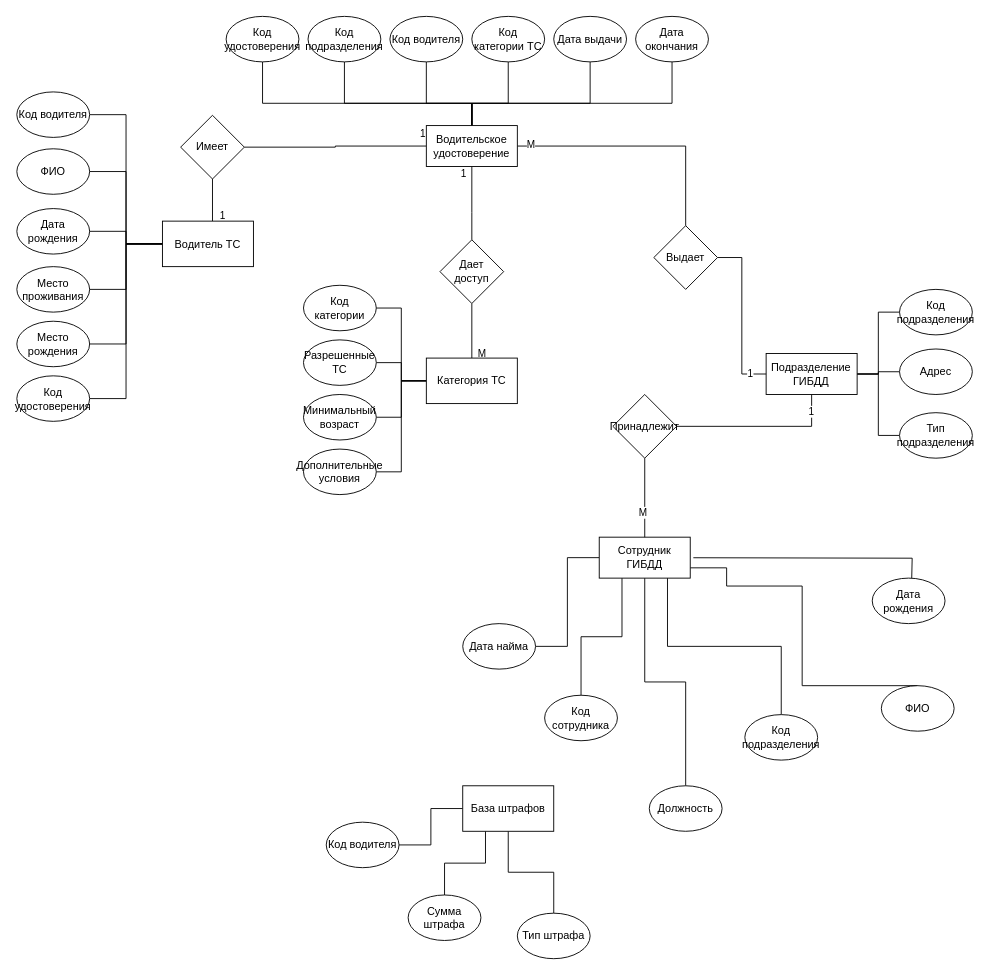
Before: RelateModel.drawio in duahifnv/TrafficInspectionApp, a draw.io diagram. Source tidied: cells renumbered, new cells numbered last; positions are measured from the earlier drawing's top-left corner, leaving out a move shared by most shapes. Both pictures are drawn from the tidied source at 91%, with x=0, y=0 at pixel (16, 15).
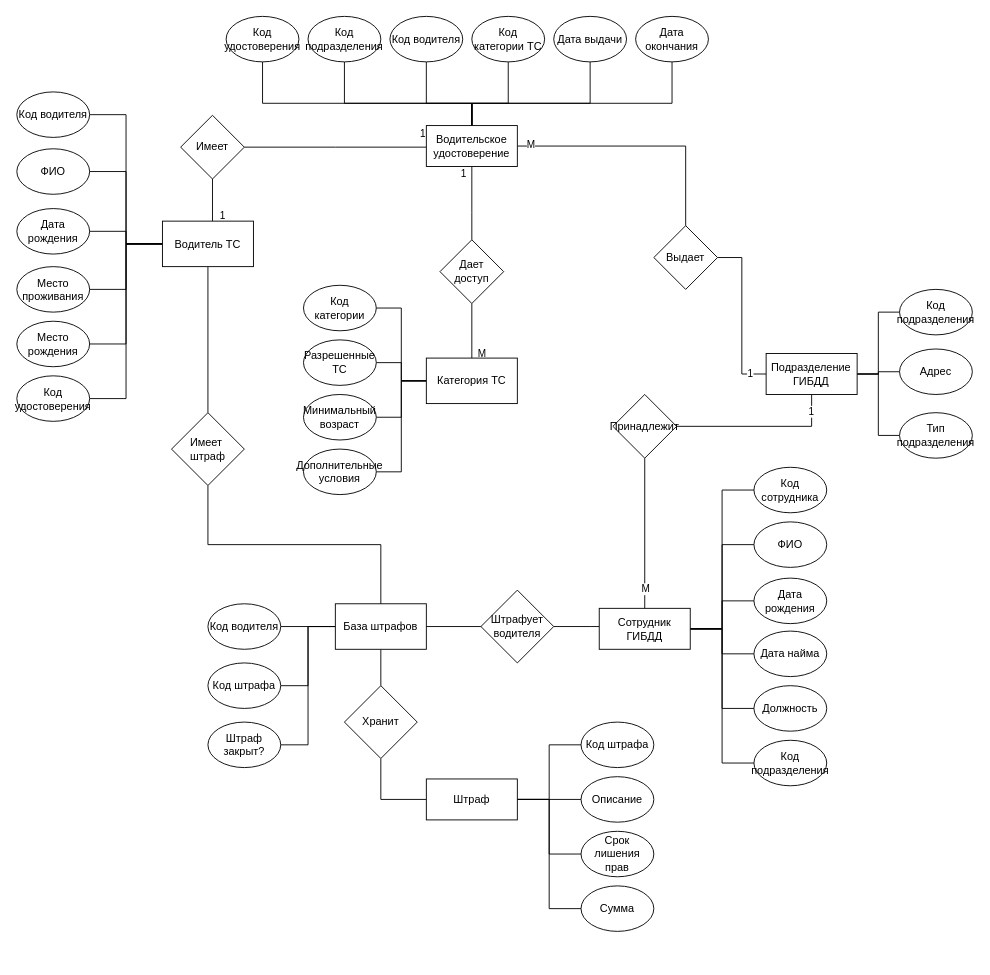
Above is the later version.

Unchanged cells that the change refers to:
```xml
<mxCell id="14" value="Водительское удостоверение" style="rounded=0;whiteSpace=wrap;html=1;" parent="1" vertex="1">
  <mxGeometry x="450" y="120.5" width="100" height="45" as="geometry" />
</mxCell>
<mxCell id="29" value="Водитель ТС" style="rounded=0;whiteSpace=wrap;html=1;" parent="1" vertex="1">
  <mxGeometry x="160" y="225.5" width="100" height="50" as="geometry" />
</mxCell>
<mxCell id="31" value="Имеет" style="rhombus;whiteSpace=wrap;html=1;" parent="1" vertex="1">
  <mxGeometry x="180" y="109.2" width="70" height="70" as="geometry" />
</mxCell>
<mxCell id="66" style="edgeStyle=orthogonalEdgeStyle;rounded=0;jettySize=auto;html=1;entryX=0.5;entryY=0;entryDx=0;entryDy=0;endArrow=none;endFill=0;" parent="1" edge="1" source="68" target="65">
  <mxGeometry relative="1" as="geometry" />
</mxCell>
```

What changed in the source:
```diff
@@
     <mxCell id="4" style="edgeStyle=orthogonalEdgeStyle;rounded=0;jettySize=auto;html=1;entryX=1;entryY=0.5;entryDx=0;entryDy=0;endArrow=none;endFill=0;" parent="1" edge="1" source="14" target="31">
-      <mxGeometry relative="1" as="geometry" />
+      <mxGeometry relative="1" as="geometry">
+        <Array as="points">
+          <mxPoint x="350" y="144" />
+        </Array>
+      </mxGeometry>
     </mxCell>
@@
+    <mxCell id="84" style="edgeStyle=orthogonalEdgeStyle;rounded=0;jettySize=auto;html=1;endArrow=none;endFill=0;" parent="1" edge="1" source="29" target="100">
+      <mxGeometry relative="1" as="geometry" />
+    </mxCell>
@@
+    <mxCell id="64" style="edgeStyle=orthogonalEdgeStyle;rounded=0;jettySize=auto;html=1;entryX=0;entryY=0.5;entryDx=0;entryDy=0;endArrow=none;endFill=0;" parent="1" edge="1" source="65" target="76">
+      <mxGeometry relative="1" as="geometry" />
+    </mxCell>
-    <mxCell id="59" style="edgeStyle=orthogonalEdgeStyle;rounded=0;jettySize=auto;html=1;entryX=0.5;entryY=0;entryDx=0;entryDy=0;endArrow=none;endFill=0;" parent="1" edge="1" source="65" target="69">
-      <mxGeometry relative="1" as="geometry">
-        <Array as="points">
-          <mxPoint x="780" y="606.5" />
-          <mxPoint x="780" y="626.5" />
-          <mxPoint x="863" y="626.5" />
-        </Array>
-      </mxGeometry>
+    <mxCell id="59" style="edgeStyle=orthogonalEdgeStyle;rounded=0;jettySize=auto;html=1;entryX=0;entryY=0.5;entryDx=0;entryDy=0;endArrow=none;endFill=0;" parent="1" edge="1" source="65" target="69">
+      <mxGeometry relative="1" as="geometry" />
     </mxCell>
+    <mxCell id="85" style="edgeStyle=orthogonalEdgeStyle;rounded=0;jettySize=auto;html=1;entryX=0;entryY=0.5;entryDx=0;entryDy=0;endArrow=none;endFill=0;" parent="1" edge="1" source="65" target="73">
+      <mxGeometry relative="1" as="geometry" />
+    </mxCell>
+    <mxCell id="61" style="edgeStyle=orthogonalEdgeStyle;rounded=0;jettySize=auto;html=1;entryX=0;entryY=0.5;entryDx=0;entryDy=0;endArrow=none;endFill=0;" parent="1" edge="1" source="65" target="71">
+      <mxGeometry relative="1" as="geometry" />
+    </mxCell>
-    <mxCell id="60" style="edgeStyle=orthogonalEdgeStyle;rounded=0;jettySize=auto;html=1;entryX=0.5;entryY=0;entryDx=0;entryDy=0;endArrow=none;endFill=0;" parent="1" edge="1" source="65" target="70">
+    <mxCell id="60" style="edgeStyle=orthogonalEdgeStyle;rounded=0;jettySize=auto;html=1;entryX=0;entryY=0.5;entryDx=0;entryDy=0;endArrow=none;endFill=0;" parent="1" edge="1" source="65" target="70">
       <mxGeometry relative="1" as="geometry" />
     </mxCell>
-    <mxCell id="61" style="edgeStyle=orthogonalEdgeStyle;rounded=0;jettySize=auto;html=1;entryX=1;entryY=0.5;entryDx=0;entryDy=0;endArrow=none;endFill=0;" parent="1" edge="1" source="65" target="71">
-      <mxGeometry relative="1" as="geometry" />
-    </mxCell>
-    <mxCell id="62" style="edgeStyle=orthogonalEdgeStyle;rounded=0;jettySize=auto;html=1;exitX=0.75;exitY=1;exitDx=0;exitDy=0;entryX=0.5;entryY=0;entryDx=0;entryDy=0;endArrow=none;endFill=0;" parent="1" edge="1" source="65" target="72">
+    <mxCell id="62" style="edgeStyle=orthogonalEdgeStyle;rounded=0;jettySize=auto;html=1;entryX=0;entryY=0.5;entryDx=0;entryDy=0;endArrow=none;endFill=0;" parent="1" edge="1" source="65" target="72">
       <mxGeometry relative="1" as="geometry" />
     </mxCell>
-    <mxCell id="63" style="edgeStyle=orthogonalEdgeStyle;rounded=0;orthogonalLoop=1;jettySize=auto;html=1;entryX=0.5;entryY=0;entryDx=0;entryDy=0;endArrow=none;endFill=0;" parent="1" edge="1">
-      <mxGeometry relative="1" as="geometry">
-        <mxPoint x="743.4" y="595.4" as="sourcePoint" />
-        <mxPoint x="983.4" y="617.8" as="targetPoint" />
-      </mxGeometry>
-    </mxCell>
-    <mxCell id="64" style="edgeStyle=orthogonalEdgeStyle;rounded=0;jettySize=auto;html=1;exitX=0.25;exitY=1;exitDx=0;exitDy=0;entryX=0.5;entryY=0;entryDx=0;entryDy=0;endArrow=none;endFill=0;" parent="1" edge="1" source="65" target="76">
-      <mxGeometry relative="1" as="geometry" />
-    </mxCell>
+    <mxCell id="86" style="edgeStyle=orthogonalEdgeStyle;rounded=0;jettySize=auto;html=1;entryX=1;entryY=0.5;entryDx=0;entryDy=0;endArrow=none;endFill=0;" parent="1" edge="1" source="65" target="102">
+      <mxGeometry relative="1" as="geometry">
+        <Array as="points">
+          <mxPoint x="630" y="671" />
+          <mxPoint x="630" y="671" />
+        </Array>
+      </mxGeometry>
+    </mxCell>
     <mxCell id="65" value="Сотрудник ГИБДД" style="rounded=0;whiteSpace=wrap;html=1;" parent="1" vertex="1">
-      <mxGeometry x="640" y="572.8" width="100" height="45" as="geometry" />
+      <mxGeometry x="640" y="651" width="100" height="45" as="geometry" />
     </mxCell>
@@
     <mxCell id="67" value="M" style="edgeLabel;html=1;align=center;verticalAlign=middle;" parent="66" vertex="1">
-      <mxGeometry x="0.37" y="-3" relative="1" as="geometry" />
+      <mxGeometry x="0.37" y="-3" relative="1" as="geometry">
+        <mxPoint x="3" y="30" as="offset" />
+      </mxGeometry>
     </mxCell>
@@
     <mxCell id="69" value="ФИО" style="ellipse;whiteSpace=wrap;html=1;" parent="1" vertex="1">
-      <mxGeometry x="950" y="736" width="80" height="50" as="geometry" />
+      <mxGeometry x="810" y="556" width="80" height="50" as="geometry" />
     </mxCell>
     <mxCell id="70" value="Должность" style="ellipse;whiteSpace=wrap;html=1;" parent="1" vertex="1">
-      <mxGeometry x="695" y="846" width="80" height="50" as="geometry" />
+      <mxGeometry x="810" y="736" width="80" height="50" as="geometry" />
     </mxCell>
     <mxCell id="71" value="Дата найма" style="ellipse;whiteSpace=wrap;html=1;" parent="1" vertex="1">
-      <mxGeometry x="490" y="667.8" width="80" height="50" as="geometry" />
+      <mxGeometry x="810" y="676" width="80" height="50" as="geometry" />
     </mxCell>
     <mxCell id="72" value="Код подразделения" style="ellipse;whiteSpace=wrap;html=1;" parent="1" vertex="1">
-      <mxGeometry x="800" y="767.8" width="80" height="50" as="geometry" />
+      <mxGeometry x="810" y="796" width="80" height="50" as="geometry" />
     </mxCell>
     <mxCell id="73" value="Дата рождения" style="ellipse;whiteSpace=wrap;html=1;" parent="1" vertex="1">
-      <mxGeometry x="940" y="617.8" width="80" height="50" as="geometry" />
+      <mxGeometry x="810" y="617.8" width="80" height="50" as="geometry" />
     </mxCell>
@@
     <mxCell id="76" value="Код сотрудника" style="ellipse;whiteSpace=wrap;html=1;" parent="1" vertex="1">
-      <mxGeometry x="580" y="746.5" width="80" height="50" as="geometry" />
+      <mxGeometry x="810" y="496" width="80" height="50" as="geometry" />
     </mxCell>
@@
-    <mxCell id="78" style="edgeStyle=orthogonalEdgeStyle;rounded=0;jettySize=auto;html=1;exitX=0.25;exitY=1;exitDx=0;exitDy=0;entryX=0.5;entryY=0;entryDx=0;entryDy=0;endArrow=none;endFill=0;" parent="1" edge="1" source="80" target="82">
-      <mxGeometry relative="1" as="geometry" />
-    </mxCell>
-    <mxCell id="79" style="edgeStyle=orthogonalEdgeStyle;rounded=0;jettySize=auto;html=1;entryX=0.5;entryY=0;entryDx=0;entryDy=0;endArrow=none;endFill=0;" parent="1" edge="1" source="80" target="83">
+    <mxCell id="79" style="edgeStyle=orthogonalEdgeStyle;rounded=0;jettySize=auto;html=1;entryX=1;entryY=0.5;entryDx=0;entryDy=0;endArrow=none;endFill=0;" parent="1" edge="1" source="80" target="83">
       <mxGeometry relative="1" as="geometry" />
     </mxCell>
+    <mxCell id="87" style="edgeStyle=orthogonalEdgeStyle;rounded=0;jettySize=auto;html=1;entryX=1;entryY=0.5;entryDx=0;entryDy=0;endArrow=none;endFill=0;" parent="1" edge="1" source="80" target="103">
+      <mxGeometry relative="1" as="geometry" />
+    </mxCell>
+    <mxCell id="88" style="edgeStyle=orthogonalEdgeStyle;rounded=0;jettySize=auto;html=1;entryX=0.5;entryY=0;entryDx=0;entryDy=0;endArrow=none;endFill=0;" parent="1" edge="1" source="80" target="104">
+      <mxGeometry relative="1" as="geometry" />
+    </mxCell>
     <mxCell id="80" value="База штрафов" style="rounded=0;whiteSpace=wrap;html=1;" parent="1" vertex="1">
-      <mxGeometry x="490" y="846" width="100" height="50" as="geometry" />
+      <mxGeometry x="350" y="646" width="100" height="50" as="geometry" />
     </mxCell>
     <mxCell id="81" value="Код водителя" style="ellipse;whiteSpace=wrap;html=1;" parent="1" vertex="1">
-      <mxGeometry x="340" y="886" width="80" height="50" as="geometry" />
+      <mxGeometry x="210" y="646" width="80" height="50" as="geometry" />
     </mxCell>
-    <mxCell id="82" value="Сумма штрафа" style="ellipse;whiteSpace=wrap;html=1;" parent="1" vertex="1">
-      <mxGeometry x="430" y="966" width="80" height="50" as="geometry" />
-    </mxCell>
-    <mxCell id="83" value="Тип штрафа" style="ellipse;whiteSpace=wrap;html=1;" parent="1" vertex="1">
-      <mxGeometry x="550" y="986" width="80" height="50" as="geometry" />
+    <mxCell id="83" value="Код штрафа" style="ellipse;whiteSpace=wrap;html=1;" parent="1" vertex="1">
+      <mxGeometry x="210" y="711" width="80" height="50" as="geometry" />
     </mxCell>
+    <mxCell id="89" style="edgeStyle=orthogonalEdgeStyle;rounded=0;jettySize=auto;html=1;entryX=0;entryY=0.5;entryDx=0;entryDy=0;endArrow=none;endFill=0;" parent="1" edge="1" source="94" target="95">
+      <mxGeometry relative="1" as="geometry" />
+    </mxCell>
+    <mxCell id="90" style="edgeStyle=orthogonalEdgeStyle;rounded=0;jettySize=auto;html=1;entryX=0;entryY=0.5;entryDx=0;entryDy=0;endArrow=none;endFill=0;" parent="1" edge="1" source="94" target="98">
+      <mxGeometry relative="1" as="geometry" />
+    </mxCell>
+    <mxCell id="91" style="edgeStyle=orthogonalEdgeStyle;rounded=0;jettySize=auto;html=1;entryX=0;entryY=0.5;entryDx=0;entryDy=0;endArrow=none;endFill=0;" parent="1" edge="1" source="94" target="97">
+      <mxGeometry relative="1" as="geometry" />
+    </mxCell>
+    <mxCell id="92" style="edgeStyle=orthogonalEdgeStyle;rounded=0;jettySize=auto;html=1;entryX=0;entryY=0.5;entryDx=0;entryDy=0;endArrow=none;endFill=0;" parent="1" edge="1" source="94" target="96">
+      <mxGeometry relative="1" as="geometry" />
+    </mxCell>
+    <mxCell id="93" style="edgeStyle=orthogonalEdgeStyle;rounded=0;jettySize=auto;html=1;entryX=0.5;entryY=1;entryDx=0;entryDy=0;endArrow=none;endFill=0;" parent="1" edge="1" source="94" target="104">
+      <mxGeometry relative="1" as="geometry" />
+    </mxCell>
+    <mxCell id="94" value="Штраф" style="rounded=0;whiteSpace=wrap;html=1;" parent="1" vertex="1">
+      <mxGeometry x="450" y="838.5" width="100" height="45" as="geometry" />
+    </mxCell>
+    <mxCell id="95" value="Код штрафа" style="ellipse;whiteSpace=wrap;html=1;" parent="1" vertex="1">
+      <mxGeometry x="620" y="776" width="80" height="50" as="geometry" />
+    </mxCell>
+    <mxCell id="96" value="Сумма" style="ellipse;whiteSpace=wrap;html=1;" parent="1" vertex="1">
+      <mxGeometry x="620" y="956" width="80" height="50" as="geometry" />
+    </mxCell>
+    <mxCell id="97" value="Срок лишения прав" style="ellipse;whiteSpace=wrap;html=1;" parent="1" vertex="1">
+      <mxGeometry x="620" y="896" width="80" height="50" as="geometry" />
+    </mxCell>
+    <mxCell id="98" value="Описание" style="ellipse;whiteSpace=wrap;html=1;" parent="1" vertex="1">
+      <mxGeometry x="620" y="836" width="80" height="50" as="geometry" />
+    </mxCell>
+    <mxCell id="99" style="edgeStyle=orthogonalEdgeStyle;rounded=0;jettySize=auto;html=1;exitX=0.5;exitY=1;exitDx=0;exitDy=0;entryX=0.5;entryY=0;entryDx=0;entryDy=0;endArrow=none;endFill=0;" parent="1" edge="1" source="100" target="80">
+      <mxGeometry relative="1" as="geometry" />
+    </mxCell>
+    <mxCell id="100" value="Имеет&amp;nbsp;&lt;div&gt;штраф&lt;/div&gt;" style="rhombus;whiteSpace=wrap;html=1;" parent="1" vertex="1">
+      <mxGeometry x="170" y="436" width="80" height="80" as="geometry" />
+    </mxCell>
+    <mxCell id="101" style="edgeStyle=orthogonalEdgeStyle;rounded=0;jettySize=auto;html=1;entryX=1;entryY=0.5;entryDx=0;entryDy=0;endArrow=none;endFill=0;" parent="1" edge="1" source="102" target="80">
+      <mxGeometry relative="1" as="geometry" />
+    </mxCell>
+    <mxCell id="102" value="Штрафует водителя" style="rhombus;whiteSpace=wrap;html=1;" parent="1" vertex="1">
+      <mxGeometry x="510" y="631" width="80" height="80" as="geometry" />
+    </mxCell>
+    <mxCell id="103" value="Штраф закрыт?" style="ellipse;whiteSpace=wrap;html=1;" parent="1" vertex="1">
+      <mxGeometry x="210" y="776" width="80" height="50" as="geometry" />
+    </mxCell>
+    <mxCell id="104" value="Хранит" style="rhombus;whiteSpace=wrap;html=1;" parent="1" vertex="1">
+      <mxGeometry x="360" y="736" width="80" height="80" as="geometry" />
+    </mxCell>
```
